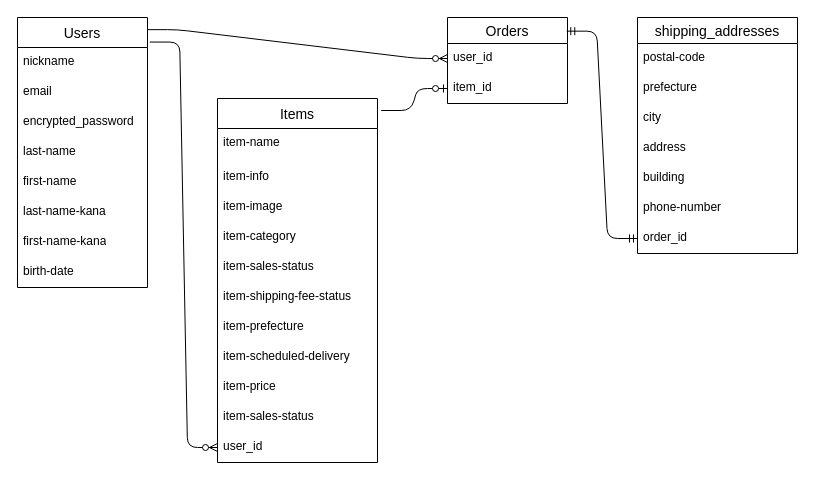
morrisworks/furima-41912 keeps this draw.io diagram as ER.dio. Above is the earlier version. Source tidied: cells renumbered, new cells numbered last; positions are measured from the earlier drawing's top-left corner, leaving out a move shared by most shapes. Both pictures are drawn from the tidied source at 100%, with x=0, y=0 at pixel (17, 17).
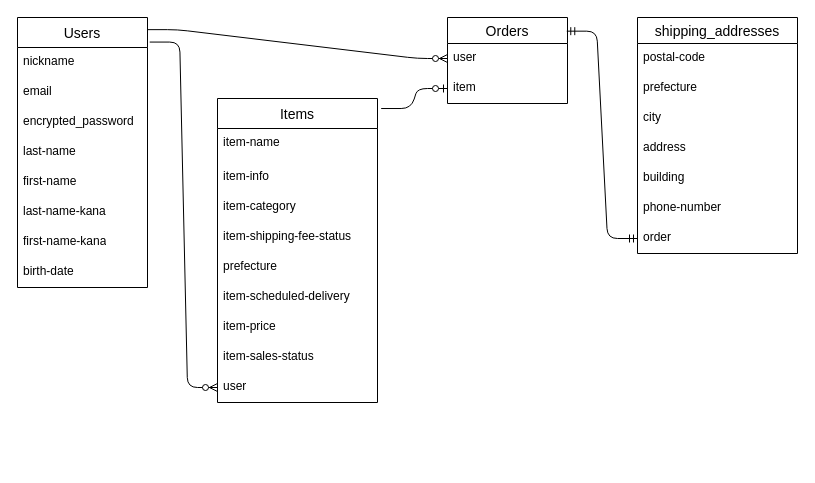
Above is the later version.

Commit message (it also covers changes not shown here):
カラムの修正１

Unchanged cells that the change refers to:
```xml
<mxCell id="2" value="shipping_addresses" style="swimlane;fontStyle=0;horizontal=1;startSize=26;align=center;fontSize=14;" parent="1" vertex="1">
  <mxGeometry x="620" width="160" height="236" as="geometry" />
</mxCell>
<mxCell id="34" value="Orders" style="swimlane;fontStyle=0;horizontal=1;startSize=26;align=center;fontSize=14;" parent="1" vertex="1">
  <mxGeometry x="430" width="120" height="86" as="geometry" />
</mxCell>
```

The edit, as a diff of the source:
```diff
@@
-    <mxCell id="9" value="order_id" style="text;strokeColor=none;fillColor=none;spacingLeft=4;spacingRight=4;overflow=hidden;points=[[0,0.5],[1,0.5]];portConstraint=eastwest;fontSize=12;whiteSpace=wrap;html=1;" parent="2" vertex="1">
+    <mxCell id="9" value="order" style="text;strokeColor=none;fillColor=none;spacingLeft=4;spacingRight=4;overflow=hidden;points=[[0,0.5],[1,0.5]];portConstraint=eastwest;fontSize=12;whiteSpace=wrap;html=1;" parent="2" vertex="1">
       <mxGeometry y="206" width="160" height="30" as="geometry" />
     </mxCell>
     <mxCell id="10" value="Items" style="swimlane;fontStyle=0;horizontal=1;startSize=30;align=center;fontSize=14;" parent="1" vertex="1">
-      <mxGeometry x="200" y="81" width="160" height="364" as="geometry" />
+      <mxGeometry x="200" y="81" width="160" height="304" as="geometry" />
     </mxCell>
@@
-    <mxCell id="13" value="&lt;font color=&quot;#000000&quot;&gt;item-image&lt;span style=&quot;white-space:pre&quot;&gt;&#9;&lt;/span&gt;&lt;/font&gt;" style="text;strokeColor=none;fillColor=none;spacingLeft=4;spacingRight=4;overflow=hidden;fontSize=12;whiteSpace=wrap;html=1;" parent="10" vertex="1">
-      <mxGeometry y="94" width="160" height="30" as="geometry" />
-    </mxCell>
     <mxCell id="14" value="item-category" style="text;strokeColor=none;fillColor=none;spacingLeft=4;spacingRight=4;overflow=hidden;fontSize=12;whiteSpace=wrap;html=1;" parent="10" vertex="1">
-      <mxGeometry y="124" width="160" height="30" as="geometry" />
+      <mxGeometry y="94" width="160" height="30" as="geometry" />
     </mxCell>
-    <mxCell id="15" value="item-sales-status" style="text;strokeColor=none;fillColor=none;spacingLeft=4;spacingRight=4;overflow=hidden;fontSize=12;whiteSpace=wrap;html=1;" parent="10" vertex="1">
-      <mxGeometry y="154" width="160" height="30" as="geometry" />
-    </mxCell>
     <mxCell id="16" value="item-shipping-fee-status" style="text;strokeColor=none;fillColor=none;spacingLeft=4;spacingRight=4;overflow=hidden;fontSize=12;whiteSpace=wrap;html=1;" parent="10" vertex="1">
-      <mxGeometry y="184" width="160" height="30" as="geometry" />
+      <mxGeometry y="124" width="160" height="30" as="geometry" />
     </mxCell>
-    <mxCell id="17" value="item-prefecture" style="text;strokeColor=none;fillColor=none;spacingLeft=4;spacingRight=4;overflow=hidden;fontSize=12;whiteSpace=wrap;html=1;" parent="10" vertex="1">
-      <mxGeometry y="214" width="160" height="30" as="geometry" />
+    <mxCell id="17" value="prefecture" style="text;strokeColor=none;fillColor=none;spacingLeft=4;spacingRight=4;overflow=hidden;fontSize=12;whiteSpace=wrap;html=1;" parent="10" vertex="1">
+      <mxGeometry y="154" width="160" height="30" as="geometry" />
     </mxCell>
     <mxCell id="18" value="item-scheduled-delivery" style="text;strokeColor=none;fillColor=none;spacingLeft=4;spacingRight=4;overflow=hidden;fontSize=12;whiteSpace=wrap;html=1;" parent="10" vertex="1">
-      <mxGeometry y="244" width="160" height="30" as="geometry" />
+      <mxGeometry y="184" width="160" height="30" as="geometry" />
     </mxCell>
     <mxCell id="19" value="item-price" style="text;strokeColor=none;fillColor=none;spacingLeft=4;spacingRight=4;overflow=hidden;fontSize=12;whiteSpace=wrap;html=1;" parent="10" vertex="1">
-      <mxGeometry y="274" width="160" height="30" as="geometry" />
+      <mxGeometry y="214" width="160" height="30" as="geometry" />
     </mxCell>
     <mxCell id="20" value="item-sales-status" style="text;strokeColor=none;fillColor=none;spacingLeft=4;spacingRight=4;overflow=hidden;fontSize=12;whiteSpace=wrap;html=1;" parent="10" vertex="1">
-      <mxGeometry y="304" width="160" height="30" as="geometry" />
+      <mxGeometry y="244" width="160" height="30" as="geometry" />
     </mxCell>
-    <mxCell id="21" value="user_id" style="text;strokeColor=none;fillColor=none;spacingLeft=4;spacingRight=4;overflow=hidden;points=[[0,0.5],[1,0.5]];portConstraint=eastwest;fontSize=12;whiteSpace=wrap;html=1;" parent="10" vertex="1">
-      <mxGeometry y="334" width="160" height="30" as="geometry" />
+    <mxCell id="21" value="user" style="text;strokeColor=none;fillColor=none;spacingLeft=4;spacingRight=4;overflow=hidden;points=[[0,0.5],[1,0.5]];portConstraint=eastwest;fontSize=12;whiteSpace=wrap;html=1;" parent="10" vertex="1">
+      <mxGeometry y="274" width="160" height="30" as="geometry" />
     </mxCell>
@@
-    <mxCell id="35" value="user_id" style="text;strokeColor=none;fillColor=none;spacingLeft=4;spacingRight=4;overflow=hidden;points=[[0,0.5],[1,0.5]];portConstraint=eastwest;fontSize=12;whiteSpace=wrap;html=1;" parent="34" vertex="1">
+    <mxCell id="35" value="user" style="text;strokeColor=none;fillColor=none;spacingLeft=4;spacingRight=4;overflow=hidden;points=[[0,0.5],[1,0.5]];portConstraint=eastwest;fontSize=12;whiteSpace=wrap;html=1;" parent="34" vertex="1">
       <mxGeometry y="26" width="120" height="30" as="geometry" />
     </mxCell>
-    <mxCell id="36" value="item_id" style="text;strokeColor=none;fillColor=none;spacingLeft=4;spacingRight=4;overflow=hidden;points=[[0,0.5],[1,0.5]];portConstraint=eastwest;fontSize=12;whiteSpace=wrap;html=1;" parent="34" vertex="1">
+    <mxCell id="36" value="item" style="text;strokeColor=none;fillColor=none;spacingLeft=4;spacingRight=4;overflow=hidden;points=[[0,0.5],[1,0.5]];portConstraint=eastwest;fontSize=12;whiteSpace=wrap;html=1;" parent="34" vertex="1">
       <mxGeometry y="56" width="120" height="30" as="geometry" />
     </mxCell>
```
